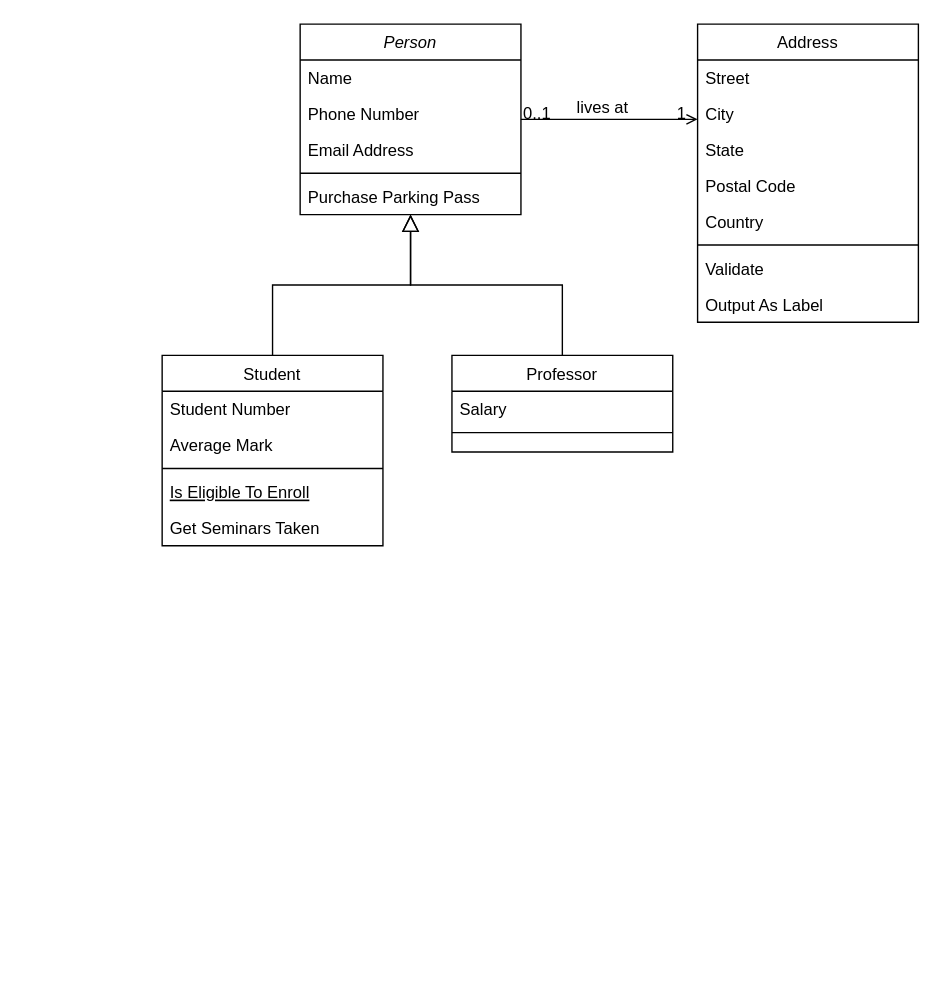
Before: 未命名绘图.drawio in cmlx1014/HelloWorld, a draw.io diagram. Source tidied: cells renumbered, new cells numbered last; positions are measured from the earlier drawing's top-left corner, leaving out a move shared by most shapes. Both pictures are drawn from the tidied source at 138%, with x=0, y=0 at pixel (161, 23).
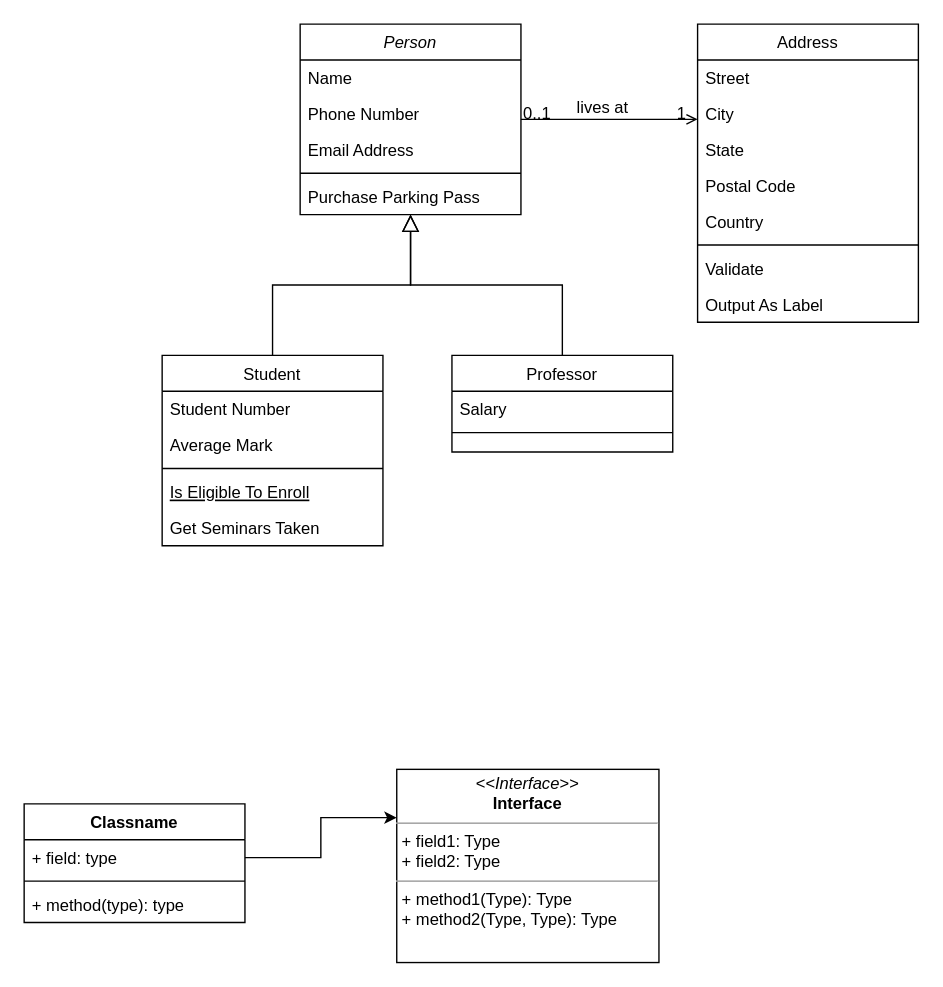
Above is the later version.

Commit message:
更新未命名绘图.drawio

What changed in the source:
```diff
@@
+    <mxCell id="32" value="&lt;p style=&quot;margin:0px;margin-top:4px;text-align:center;&quot;&gt;&lt;i&gt;&amp;lt;&amp;lt;Interface&amp;gt;&amp;gt;&lt;/i&gt;&lt;br/&gt;&lt;b&gt;Interface&lt;/b&gt;&lt;/p&gt;&lt;hr size=&quot;1&quot;/&gt;&lt;p style=&quot;margin:0px;margin-left:4px;&quot;&gt;+ field1: Type&lt;br/&gt;+ field2: Type&lt;/p&gt;&lt;hr size=&quot;1&quot;/&gt;&lt;p style=&quot;margin:0px;margin-left:4px;&quot;&gt;+ method1(Type): Type&lt;br/&gt;+ method2(Type, Type): Type&lt;/p&gt;" style="verticalAlign=top;align=left;overflow=fill;fontSize=12;fontFamily=Helvetica;html=1;whiteSpace=wrap;" parent="1" vertex="1">
+      <mxGeometry x="170" y="540" width="190" height="140" as="geometry" />
+    </mxCell>
+    <mxCell id="33" value="Classname" style="swimlane;fontStyle=1;align=center;verticalAlign=top;horizontal=1;startSize=26;whiteSpace=wrap;html=1;" parent="1" vertex="1">
+      <mxGeometry x="-100" y="565" width="160" height="86" as="geometry" />
+    </mxCell>
+    <mxCell id="34" value="+ field: type" style="text;strokeColor=none;fillColor=none;align=left;verticalAlign=top;spacingLeft=4;spacingRight=4;overflow=hidden;points=[[0,0.5],[1,0.5]];portConstraint=eastwest;whiteSpace=wrap;html=1;" parent="33" vertex="1">
+      <mxGeometry y="26" width="160" height="26" as="geometry" />
+    </mxCell>
+    <mxCell id="35" style="line;strokeWidth=1;fillColor=none;align=left;verticalAlign=middle;spacingTop=-1;spacingLeft=3;spacingRight=3;labelPosition=right;strokeColor=inherit;" parent="33" vertex="1">
+      <mxGeometry y="52" width="160" height="8" as="geometry" />
+    </mxCell>
+    <mxCell id="36" value="+ method(type): type" style="text;strokeColor=none;fillColor=none;align=left;verticalAlign=top;spacingLeft=4;spacingRight=4;overflow=hidden;whiteSpace=wrap;html=1;" parent="33" vertex="1">
+      <mxGeometry y="60" width="160" height="26" as="geometry" />
+    </mxCell>
+    <mxCell id="37" style="edgeStyle=orthogonalEdgeStyle;rounded=0;jettySize=auto;html=1;exitX=1;exitY=0.5;exitDx=0;exitDy=0;entryX=0;entryY=0.25;entryDx=0;entryDy=0;" parent="1" edge="1" source="34" target="32">
+      <mxGeometry relative="1" as="geometry" />
+    </mxCell>
```
